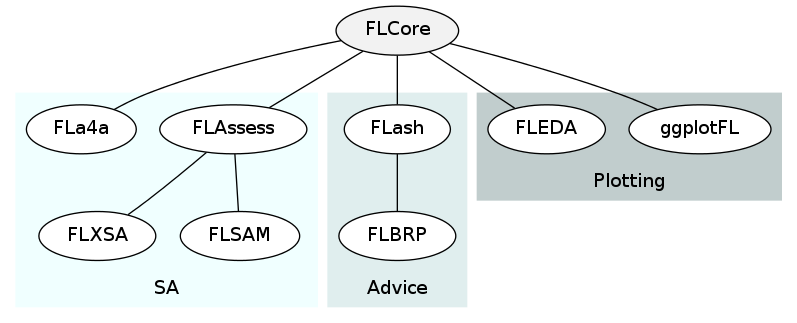
Before: learning/quickIntro/diagrams/flr_pkgs.png, a diagram exported from Graphviz (flr/flr.github.io). Its source is kept beside it as learning/quickIntro/diagrams/flr_pkgs.gv. Source of this version:
```dot
graph G {

graph [style="square, filled", color=azure1, fillcolor=azure1, labelloc="b"];

node [style=filled,color=black,fillcolor=white];

FLCore [fillcolor=gray95];

	subgraph cluster_0 {
        "FLAssess" "FLXSA" "FLSAM" "FLa4a";
        label = "SA";
  }
	subgraph cluster_1 {
        "FLash" "FLBRP" "FLSAM";
        label = "Advice";
				color=azure2;
				fillcolor=azure2;
  }
	subgraph cluster_2 {
        "ggplotFL" "FLEDA";
        label = "Plotting";
				color=azure3;
				fillcolor=azure3;
  }


	FLCore -- FLAssess;
	FLAssess -- FLXSA;
	FLAssess -- FLSAM;
	FLCore -- ggplotFL;
	FLCore -- FLEDA;
	FLCore -- FLash;
	FLash -- FLBRP;
	FLCore -- FLa4a;
}
```
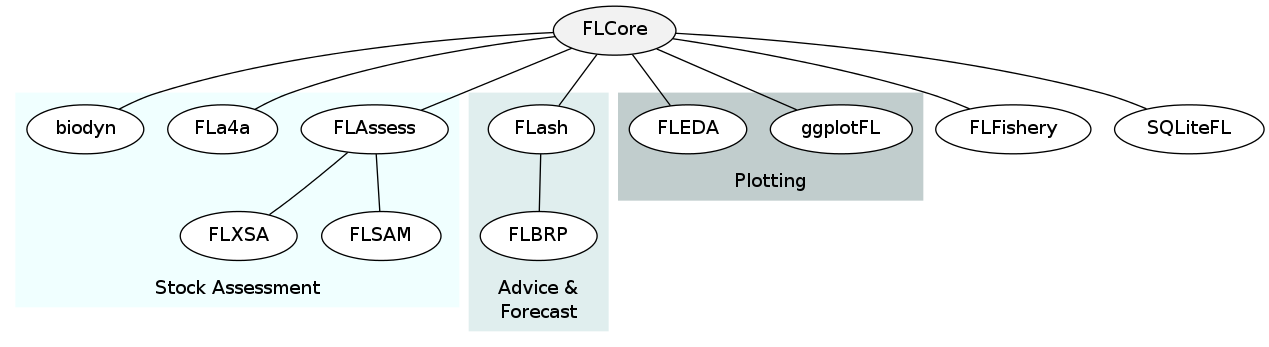
Later version of the same file.

The edit, as a diff of the source:
```diff
@@ -7,12 +7,12 @@
 FLCore [fillcolor=gray95];
 
 	subgraph cluster_0 {
-        "FLAssess" "FLXSA" "FLSAM" "FLa4a";
-        label = "SA";
+        "FLAssess" "FLXSA" "FLSAM" "FLa4a" "biodyn";
+        label = "Stock Assessment";
   }
 	subgraph cluster_1 {
         "FLash" "FLBRP" "FLSAM";
-        label = "Advice";
+        label = "Advice &\nForecast";
 				color=azure2;
 				fillcolor=azure2;
   }
@@ -23,13 +23,15 @@
 				fillcolor=azure3;
   }
 
-
+	FLCore -- FLFishery;
 	FLCore -- FLAssess;
 	FLAssess -- FLXSA;
 	FLAssess -- FLSAM;
+	FLCore -- biodyn;
 	FLCore -- ggplotFL;
 	FLCore -- FLEDA;
 	FLCore -- FLash;
 	FLash -- FLBRP;
 	FLCore -- FLa4a;
+	FLCore -- SQLiteFL;
 }
```
